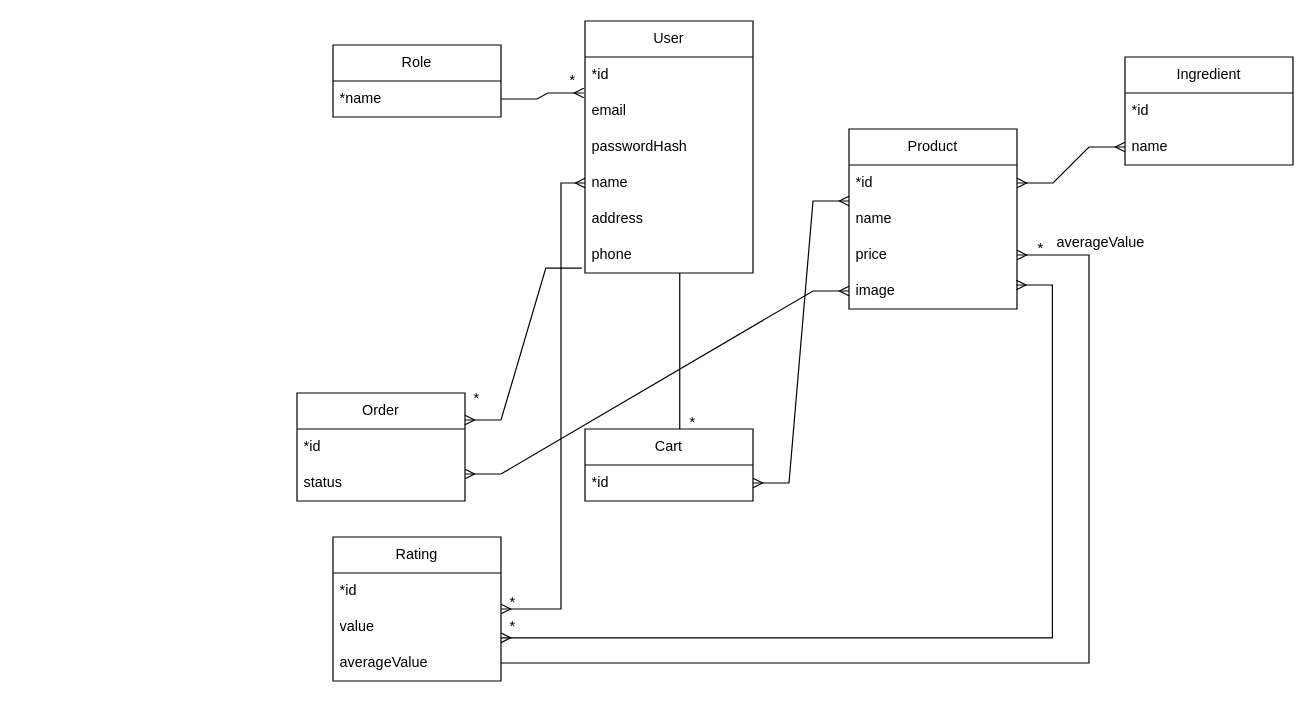
The draw.io diagram page "Страница — 1" (1 of 2) of database.drawio in fevoritos/kentucky-baked-pizza, before the edit. Source tidied: cells renumbered, new cells numbered last; positions are measured from the earlier drawing's top-left corner, leaving out a move shared by most shapes. Both pictures are drawn from the tidied source at 120%, with x=0, y=0 at pixel (296, 20).
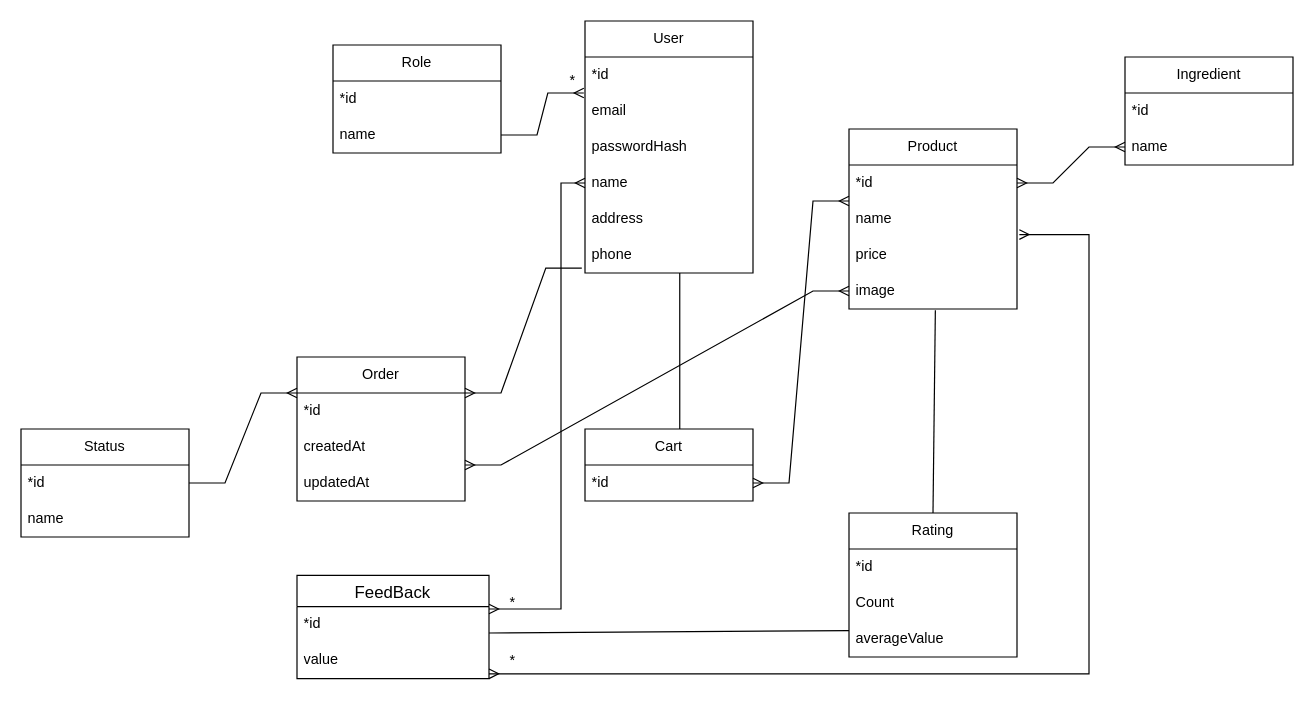
The same diagram, later.

Unchanged cells that the change refers to:
```xml
<mxCell id="6" value="name" style="text;strokeColor=none;fillColor=none;align=left;verticalAlign=middle;spacingLeft=4;spacingRight=4;overflow=hidden;points=[[0,0.5],[1,0.5]];portConstraint=eastwest;whiteSpace=wrap;html=1;" parent="2" vertex="1">
  <mxGeometry y="120" width="140" height="30" as="geometry" />
</mxCell>
<mxCell id="12" value="price" style="text;strokeColor=none;fillColor=none;align=left;verticalAlign=middle;spacingLeft=4;spacingRight=4;overflow=hidden;points=[[0,0.5],[1,0.5]];portConstraint=eastwest;whiteSpace=wrap;html=1;" parent="9" vertex="1">
  <mxGeometry y="90" width="140" height="30" as="geometry" />
</mxCell>
<mxCell id="13" value="image" style="text;strokeColor=none;fillColor=none;align=left;verticalAlign=middle;spacingLeft=4;spacingRight=4;overflow=hidden;points=[[0,0.5],[1,0.5]];portConstraint=eastwest;whiteSpace=wrap;html=1;" parent="9" vertex="1">
  <mxGeometry y="120" width="140" height="30" as="geometry" />
</mxCell>
```

Change to the diagram source:
```diff
@@
-    <mxCell id="22" value="*" style="text;html=1;align=center;verticalAlign=middle;whiteSpace=wrap;rounded=0;" parent="1" vertex="1">
-      <mxGeometry x="300" y="320" width="60" height="30" as="geometry" />
-    </mxCell>
     <mxCell id="23" value="Role" style="swimlane;fontStyle=0;horizontal=1;startSize=30;whiteSpace=wrap;html=1;" parent="1" vertex="1">
-      <mxGeometry x="30" y="20" width="140" height="60" as="geometry" />
+      <mxGeometry x="30" y="20" width="140" height="90" as="geometry" />
     </mxCell>
+    <mxCell id="44" value="*id" style="text;strokeColor=none;fillColor=none;align=left;verticalAlign=middle;spacingLeft=4;spacingRight=4;overflow=hidden;whiteSpace=wrap;html=1;" parent="23" vertex="1">
+      <mxGeometry y="30" width="140" height="30" as="geometry" />
+    </mxCell>
-    <mxCell id="24" value="*name" style="text;strokeColor=none;fillColor=none;align=left;verticalAlign=middle;spacingLeft=4;spacingRight=4;overflow=hidden;points=[[0,0.5],[1,0.5]];portConstraint=eastwest;whiteSpace=wrap;html=1;" parent="23" vertex="1">
-      <mxGeometry y="30" width="140" height="30" as="geometry" />
+    <mxCell id="24" value="name" style="text;strokeColor=none;fillColor=none;align=left;verticalAlign=middle;spacingLeft=4;spacingRight=4;overflow=hidden;points=[[0,0.5],[1,0.5]];portConstraint=eastwest;whiteSpace=wrap;html=1;" parent="23" vertex="1">
+      <mxGeometry y="60" width="140" height="30" as="geometry" />
     </mxCell>
@@
     <mxCell id="27" value="Order" style="swimlane;fontStyle=0;horizontal=1;startSize=30;whiteSpace=wrap;html=1;" parent="1" vertex="1">
-      <mxGeometry y="310" width="140" height="90" as="geometry" />
+      <mxGeometry y="280" width="140" height="120" as="geometry" />
     </mxCell>
@@
-    <mxCell id="29" value="status" style="text;strokeColor=none;fillColor=none;align=left;verticalAlign=middle;spacingLeft=4;spacingRight=4;overflow=hidden;whiteSpace=wrap;html=1;" parent="27" vertex="1">
-      <mxGeometry y="60" width="140" height="30" as="geometry" />
-    </mxCell>
+    <mxCell id="45" value="createdAt" style="text;strokeColor=none;fillColor=none;align=left;verticalAlign=middle;spacingLeft=4;spacingRight=4;overflow=hidden;whiteSpace=wrap;html=1;" parent="27" vertex="1">
+      <mxGeometry y="60" width="140" height="30" as="geometry" />
+    </mxCell>
+    <mxCell id="46" value="updatedAt" style="text;strokeColor=none;fillColor=none;align=left;verticalAlign=middle;spacingLeft=4;spacingRight=4;overflow=hidden;whiteSpace=wrap;html=1;" parent="27" vertex="1">
+      <mxGeometry y="90" width="140" height="30" as="geometry" />
+    </mxCell>
@@
-    <mxCell id="31" value="*" style="text;html=1;whiteSpace=wrap;strokeColor=none;fillColor=none;align=center;verticalAlign=middle;rounded=0;" parent="1" vertex="1">
-      <mxGeometry x="120" y="300" width="60" height="30" as="geometry" />
-    </mxCell>
@@
+    <mxCell id="37" style="edgeStyle=elbowEdgeStyle;fontSize=12;html=1;endArrow=ERmany;startArrow=ERmany;rounded=0;entryX=0;entryY=0.5;entryDx=0;entryDy=0;" parent="1" edge="1" target="6">
+      <mxGeometry relative="1" as="geometry">
+        <mxPoint x="160" y="490" as="sourcePoint" />
+        <Array as="points">
+          <mxPoint x="220" y="310" />
+        </Array>
+      </mxGeometry>
+    </mxCell>
+    <mxCell id="39" value="*" style="text;html=1;whiteSpace=wrap;strokeColor=none;fillColor=none;align=center;verticalAlign=middle;rounded=0;" parent="1" vertex="1">
+      <mxGeometry x="150" y="470" width="60" height="30" as="geometry" />
+    </mxCell>
+    <mxCell id="41" style="edgeStyle=elbowEdgeStyle;fontSize=12;html=1;endArrow=ERmany;startArrow=ERmany;rounded=0;exitX=1;exitY=0.8;exitDx=0;exitDy=0;exitPerimeter=0;entryX=1.014;entryY=-0.067;entryDx=0;entryDy=0;entryPerimeter=0;" parent="1" edge="1" target="12">
+      <mxGeometry relative="1" as="geometry">
+        <mxPoint x="160" y="544" as="sourcePoint" />
+        <Array as="points">
+          <mxPoint x="660" y="380" />
+        </Array>
+      </mxGeometry>
+    </mxCell>
+    <mxCell id="43" value="*" style="text;html=1;whiteSpace=wrap;strokeColor=none;fillColor=none;align=center;verticalAlign=middle;rounded=0;" parent="1" vertex="1">
+      <mxGeometry x="150" y="518" width="60" height="30" as="geometry" />
+    </mxCell>
+    <mxCell id="47" value="Status" style="swimlane;fontStyle=0;horizontal=1;startSize=30;whiteSpace=wrap;html=1;" parent="1" vertex="1">
+      <mxGeometry x="-230" y="340" width="140" height="90" as="geometry" />
+    </mxCell>
+    <mxCell id="48" value="*id" style="text;strokeColor=none;fillColor=none;align=left;verticalAlign=middle;spacingLeft=4;spacingRight=4;overflow=hidden;points=[[0,0.5],[1,0.5]];portConstraint=eastwest;whiteSpace=wrap;html=1;" parent="47" vertex="1">
+      <mxGeometry y="30" width="140" height="30" as="geometry" />
+    </mxCell>
+    <mxCell id="49" value="name" style="text;strokeColor=none;fillColor=none;align=left;verticalAlign=middle;spacingLeft=4;spacingRight=4;overflow=hidden;whiteSpace=wrap;html=1;" parent="47" vertex="1">
+      <mxGeometry y="60" width="140" height="30" as="geometry" />
+    </mxCell>
+    <mxCell id="50" style="edgeStyle=entityRelationEdgeStyle;fontSize=12;html=1;endArrow=ERmany;rounded=0;exitX=1;exitY=0.5;exitDx=0;exitDy=0;entryX=0;entryY=0.25;entryDx=0;entryDy=0;" parent="1" edge="1" source="48" target="27">
+      <mxGeometry relative="1" as="geometry" />
+    </mxCell>
+    <mxCell id="51" value="FeedBack" style="swimlane;fontStyle=0;horizontal=1;startSize=26;align=center;fontSize=14;" parent="1" vertex="1">
+      <mxGeometry y="462" width="160" height="86" as="geometry" />
+    </mxCell>
+    <mxCell id="52" value="*id" style="text;strokeColor=none;fillColor=none;spacingLeft=4;spacingRight=4;overflow=hidden;points=[[0,0.5],[1,0.5]];portConstraint=eastwest;fontSize=12;whiteSpace=wrap;html=1;" parent="51" vertex="1">
+      <mxGeometry y="26" width="160" height="30" as="geometry" />
+    </mxCell>
+    <mxCell id="35" value="value" style="text;strokeColor=none;fillColor=none;spacingLeft=4;spacingRight=4;overflow=hidden;points=[[0,0.5],[1,0.5]];portConstraint=eastwest;fontSize=12;whiteSpace=wrap;html=1;" parent="51" vertex="1">
+      <mxGeometry y="56" width="160" height="30" as="geometry" />
+    </mxCell>
     <mxCell id="33" value="Rating" style="swimlane;fontStyle=0;horizontal=1;startSize=30;whiteSpace=wrap;html=1;" parent="1" vertex="1">
-      <mxGeometry x="30" y="430" width="140" height="120" as="geometry" />
+      <mxGeometry x="460" y="410" width="140" height="120" as="geometry" />
     </mxCell>
-    <mxCell id="34" value="*id" style="text;strokeColor=none;fillColor=none;align=left;verticalAlign=middle;spacingLeft=4;spacingRight=4;overflow=hidden;whiteSpace=wrap;html=1;" parent="33" vertex="1">
-      <mxGeometry y="30" width="140" height="30" as="geometry" />
-    </mxCell>
-    <mxCell id="35" value="value" style="text;strokeColor=none;fillColor=none;align=left;verticalAlign=middle;spacingLeft=4;spacingRight=4;overflow=hidden;points=[[0,0.5],[1,0.5]];portConstraint=eastwest;whiteSpace=wrap;html=1;" parent="33" vertex="1">
-      <mxGeometry y="60" width="140" height="30" as="geometry" />
-    </mxCell>
-    <mxCell id="36" value="&lt;span style=&quot;white-space-collapse: preserve;&quot;&gt;averageValue&lt;/span&gt;" style="text;strokeColor=none;fillColor=none;align=left;verticalAlign=middle;spacingLeft=4;spacingRight=4;overflow=hidden;points=[[0,0.5],[1,0.5]];portConstraint=eastwest;whiteSpace=wrap;html=1;" parent="33" vertex="1">
-      <mxGeometry y="90" width="140" height="30" as="geometry" />
-    </mxCell>
-    <mxCell id="37" style="edgeStyle=elbowEdgeStyle;fontSize=12;html=1;endArrow=ERmany;startArrow=ERmany;rounded=0;entryX=0;entryY=0.5;entryDx=0;entryDy=0;" parent="1" edge="1" source="33" target="6">
-      <mxGeometry relative="1" as="geometry">
-        <Array as="points">
-          <mxPoint x="220" y="310" />
-        </Array>
-      </mxGeometry>
-    </mxCell>
-    <mxCell id="38" style="edgeStyle=elbowEdgeStyle;fontSize=12;html=1;endArrow=ERmany;rounded=0;exitX=1;exitY=0.5;exitDx=0;exitDy=0;entryX=1;entryY=0.5;entryDx=0;entryDy=0;" parent="1" edge="1" source="36" target="12">
-      <mxGeometry relative="1" as="geometry">
-        <Array as="points">
-          <mxPoint x="660" y="300" />
-        </Array>
-      </mxGeometry>
-    </mxCell>
-    <mxCell id="39" value="*" style="text;html=1;whiteSpace=wrap;strokeColor=none;fillColor=none;align=center;verticalAlign=middle;rounded=0;" parent="1" vertex="1">
-      <mxGeometry x="150" y="470" width="60" height="30" as="geometry" />
-    </mxCell>
-    <mxCell id="40" value="*" style="text;html=1;whiteSpace=wrap;strokeColor=none;fillColor=none;align=center;verticalAlign=middle;rounded=0;" parent="1" vertex="1">
-      <mxGeometry x="590" y="180" width="60" height="20" as="geometry" />
-    </mxCell>
-    <mxCell id="41" style="edgeStyle=elbowEdgeStyle;fontSize=12;html=1;endArrow=ERmany;startArrow=ERmany;rounded=0;exitX=1;exitY=0.8;exitDx=0;exitDy=0;exitPerimeter=0;" parent="1" edge="1" source="35">
-      <mxGeometry relative="1" as="geometry">
-        <mxPoint x="599.5" y="220" as="targetPoint" />
-        <Array as="points">
-          <mxPoint x="629.5" y="300" />
-        </Array>
-      </mxGeometry>
-    </mxCell>
-    <mxCell id="42" value="averageValue" style="text;html=1;whiteSpace=wrap;strokeColor=none;fillColor=none;align=center;verticalAlign=middle;rounded=0;" parent="1" vertex="1">
-      <mxGeometry x="640" y="170" width="60" height="30" as="geometry" />
-    </mxCell>
-    <mxCell id="43" value="*" style="text;html=1;whiteSpace=wrap;strokeColor=none;fillColor=none;align=center;verticalAlign=middle;rounded=0;" parent="1" vertex="1">
-      <mxGeometry x="150" y="490" width="60" height="30" as="geometry" />
-    </mxCell>
+    <mxCell id="53" value="*id" style="text;strokeColor=none;fillColor=none;align=left;verticalAlign=middle;spacingLeft=4;spacingRight=4;overflow=hidden;whiteSpace=wrap;html=1;" parent="33" vertex="1">
+      <mxGeometry y="30" width="140" height="30" as="geometry" />
+    </mxCell>
+    <mxCell id="54" value="&lt;span style=&quot;white-space-collapse: preserve;&quot;&gt;Count&lt;/span&gt;" style="text;strokeColor=none;fillColor=none;align=left;verticalAlign=middle;spacingLeft=4;spacingRight=4;overflow=hidden;whiteSpace=wrap;html=1;" parent="33" vertex="1">
+      <mxGeometry y="60" width="140" height="30" as="geometry" />
+    </mxCell>
+    <mxCell id="55" value="averageValue" style="text;strokeColor=none;fillColor=none;align=left;verticalAlign=middle;spacingLeft=4;spacingRight=4;overflow=hidden;points=[[0,0.5],[1,0.5]];portConstraint=eastwest;whiteSpace=wrap;html=1;" parent="33" vertex="1">
+      <mxGeometry y="90" width="140" height="30" as="geometry" />
+    </mxCell>
+    <mxCell id="56" style="endArrow=none;html=1;rounded=0;entryX=0.514;entryY=1.033;entryDx=0;entryDy=0;entryPerimeter=0;exitX=0.5;exitY=0;exitDx=0;exitDy=0;" parent="1" edge="1" source="33" target="13">
+      <mxGeometry relative="1" as="geometry" />
+    </mxCell>
+    <mxCell id="57" style="endArrow=none;html=1;rounded=0;exitX=1;exitY=0.733;exitDx=0;exitDy=0;exitPerimeter=0;entryX=0;entryY=0.267;entryDx=0;entryDy=0;entryPerimeter=0;" parent="1" edge="1" source="52" target="55">
+      <mxGeometry relative="1" as="geometry" />
+    </mxCell>
```
